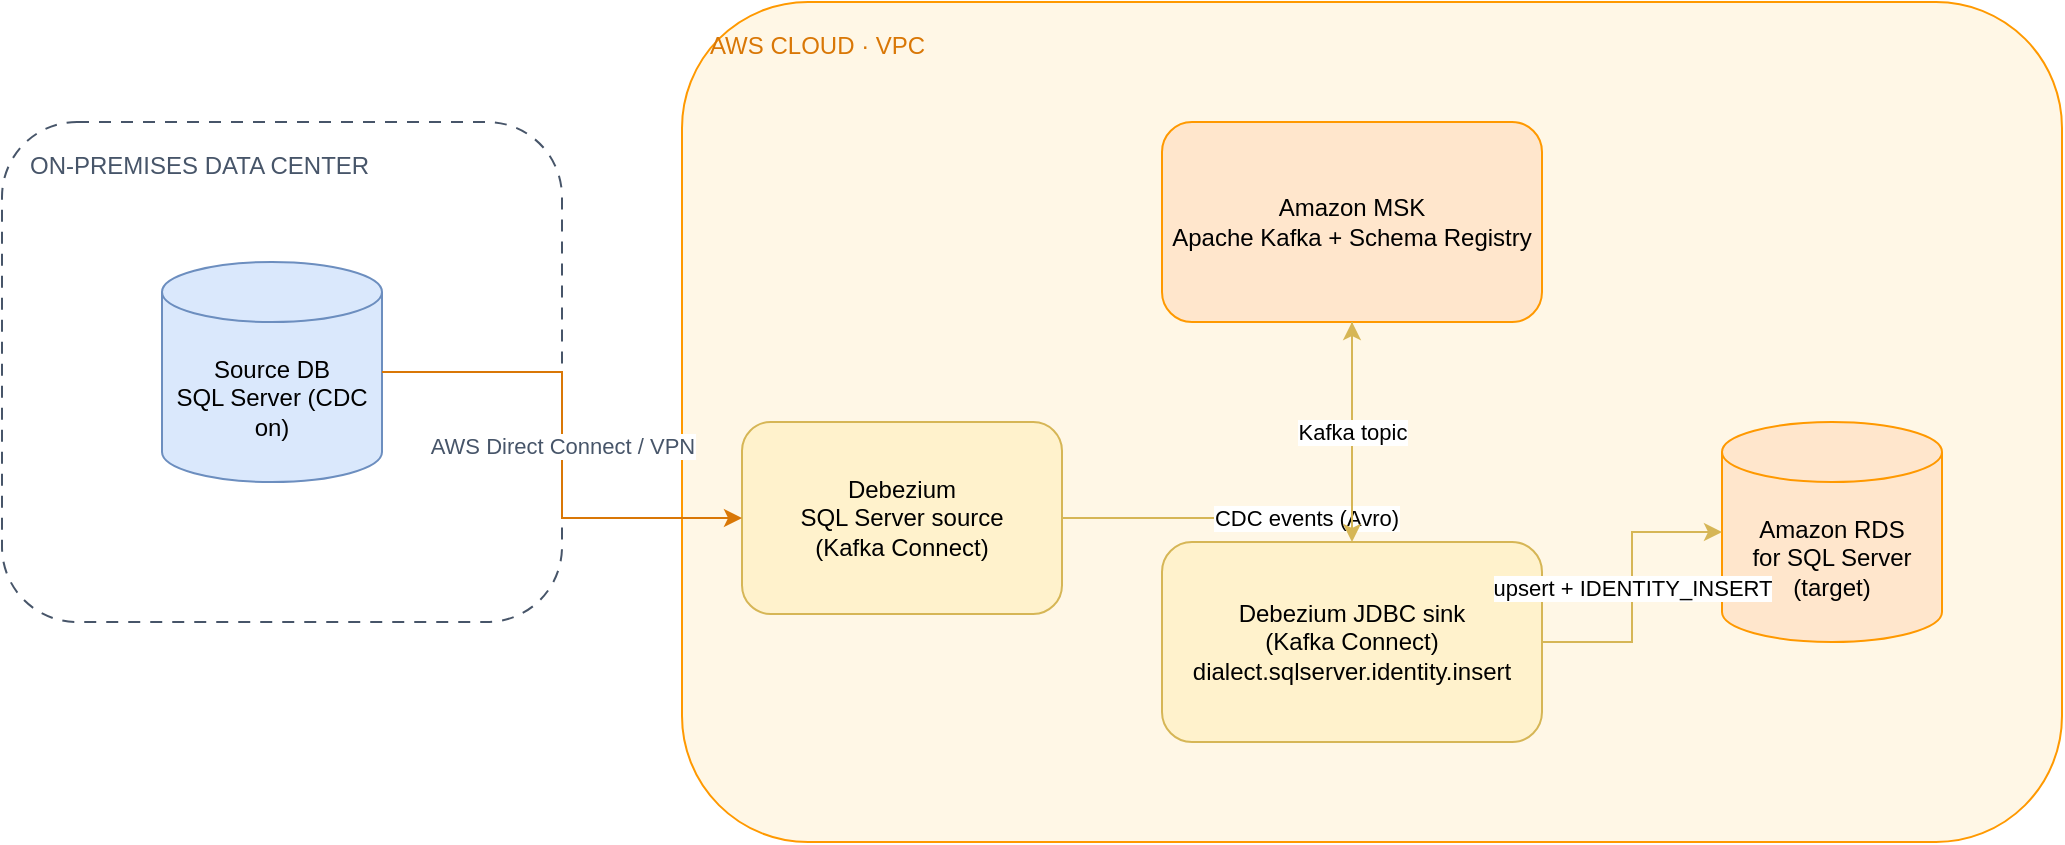
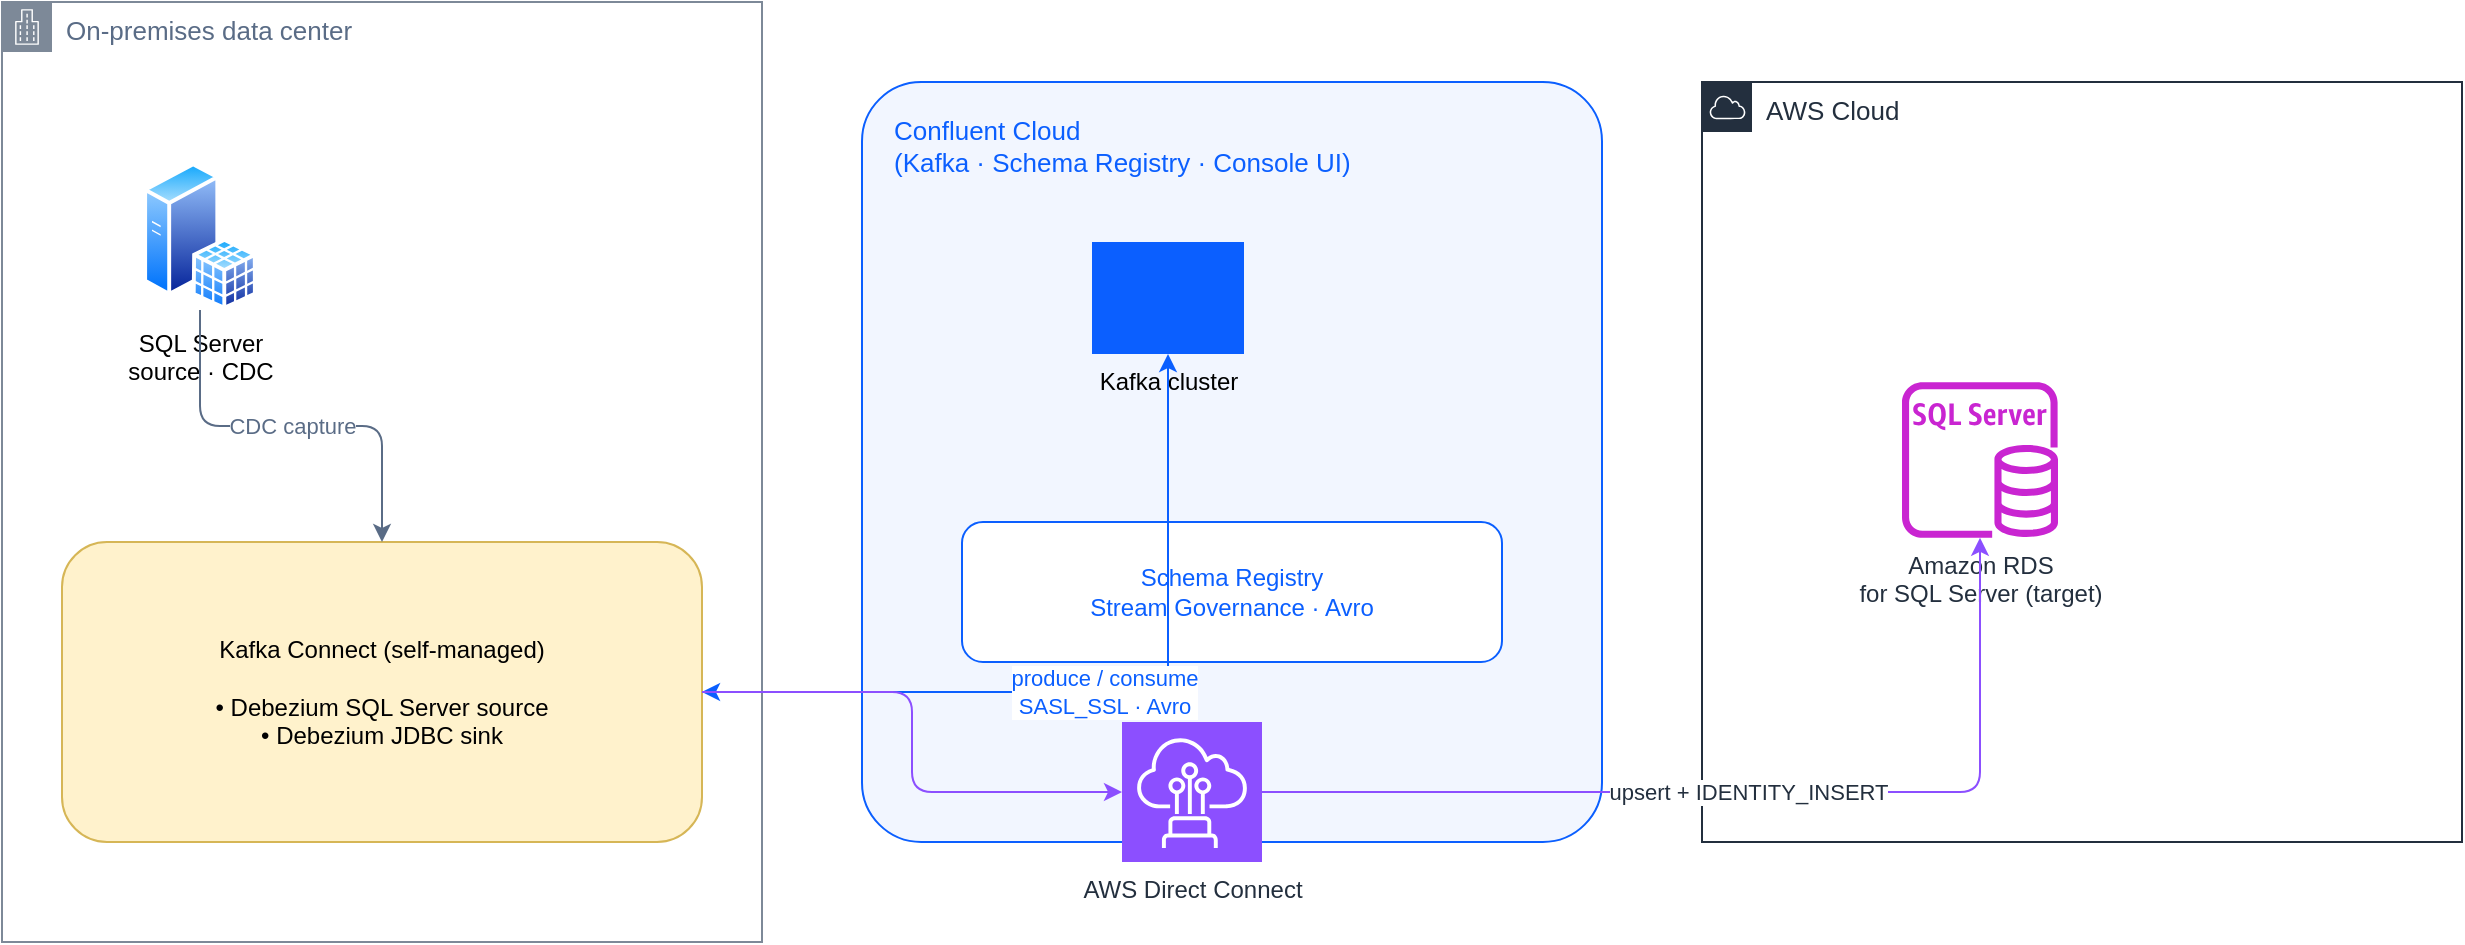
<mxfile host="app.diagrams.net" type="device">
-   <diagram name="onprem-to-rds" id="onprem-to-rds">
-     <mxGraphModel dx="1100" dy="600" grid="1" gridSize="10" guides="1" connect="1" arrows="1" page="1" pageWidth="1100" pageHeight="560" math="0" shadow="0">
+   <diagram name="onprem-cc-rds" id="onprem-cc-rds">
+     <mxGraphModel dx="1300" dy="700" grid="1" gridSize="10" guides="1" connect="1" arrows="1" page="1" pageWidth="1320" pageHeight="640" math="0" shadow="0">
      <root>
        <mxCell id="0"/>
        <mxCell id="1" parent="0"/>

        <!-- Editable source for /diagrams/debezium-onprem-to-rds.svg.
-              Boxes are labeled; to swap in official vendor icons, use the draw.io
-              MCP `search_shapes` (e.g. "RDS SQL Server", "Amazon MSK",
-              "Direct Connect") and paste the returned style onto each node. -->
+              Icons use official draw.io stencils. Confluent has no built-in
+              stencil, so Confluent Cloud is a labeled zone; drop in the Confluent
+              logo as an image shape if desired. -->

-         <mxCell id="onprem" value="ON-PREMISES DATA CENTER" style="rounded=1;dashed=1;dashPattern=6 5;strokeColor=#475569;fillColor=none;verticalAlign=top;fontColor=#475569;fontSize=12;align=left;spacingLeft=12;spacingTop=8;" vertex="1" parent="1">
-           <mxGeometry x="40" y="150" width="280" height="250" as="geometry"/>
+         <!-- ZONES -->
+         <mxCell id="zOnprem" value="On-premises data center" style="sketch=0;outlineConnect=0;gradientColor=none;html=1;whiteSpace=wrap;fontSize=13;fontStyle=0;container=0;pointerEvents=0;shape=mxgraph.aws4.group;grIcon=mxgraph.aws4.group_corporate_data_center;strokeColor=#7D8998;fillColor=none;verticalAlign=top;align=left;spacingLeft=30;fontColor=#5A6C86;dashed=0;" vertex="1" parent="1">
+           <mxGeometry x="40" y="110" width="380" height="470" as="geometry"/>
        </mxCell>
-         <mxCell id="src" value="Source DB&#10;SQL Server (CDC on)" style="shape=cylinder3;whiteSpace=wrap;html=1;boundedLbl=1;backgroundOutline=1;size=15;fillColor=#dae8fc;strokeColor=#6c8ebf;" vertex="1" parent="1">
-           <mxGeometry x="120" y="220" width="110" height="110" as="geometry"/>
+         <mxCell id="zCC" value="Confluent Cloud&#10;(Kafka · Schema Registry · Console UI)" style="rounded=1;arcSize=8;html=1;whiteSpace=wrap;strokeColor=#0B5FFF;fillColor=#F2F6FF;verticalAlign=top;align=left;spacingLeft=14;spacingTop=10;fontColor=#0B5FFF;fontSize=13;dashed=0;" vertex="1" parent="1">
+           <mxGeometry x="470" y="150" width="370" height="380" as="geometry"/>
+         </mxCell>
+         <mxCell id="zAWS" value="AWS Cloud" style="sketch=0;outlineConnect=0;gradientColor=none;html=1;whiteSpace=wrap;fontSize=13;fontStyle=0;container=0;pointerEvents=0;shape=mxgraph.aws4.group;grIcon=mxgraph.aws4.group_aws_cloud;strokeColor=#232F3E;fillColor=none;verticalAlign=top;align=left;spacingLeft=30;fontColor=#232F3E;dashed=0;" vertex="1" parent="1">
+           <mxGeometry x="890" y="150" width="380" height="380" as="geometry"/>
        </mxCell>

-         <mxCell id="aws" value="AWS CLOUD · VPC" style="rounded=1;strokeColor=#FF9900;fillColor=#FFF7E6;verticalAlign=top;fontColor=#D97706;fontSize=12;align=left;spacingLeft=12;spacingTop=8;" vertex="1" parent="1">
-           <mxGeometry x="380" y="90" width="690" height="420" as="geometry"/>
+         <!-- ON-PREM nodes -->
+         <mxCell id="src" value="SQL Server&#10;source · CDC" style="image;aspect=fixed;perimeter=ellipsePerimeter;html=1;align=center;verticalLabelPosition=bottom;verticalAlign=top;shadow=0;dashed=0;spacingTop=3;image=img/lib/active_directory/sql_server.svg;" vertex="1" parent="1">
+           <mxGeometry x="110" y="190" width="58" height="74" as="geometry"/>
        </mxCell>
-         <mxCell id="dbzsrc" value="Debezium&#10;SQL Server source&#10;(Kafka Connect)" style="rounded=1;whiteSpace=wrap;html=1;fillColor=#FFF2CC;strokeColor=#D6B656;" vertex="1" parent="1">
-           <mxGeometry x="410" y="300" width="160" height="96" as="geometry"/>
-         </mxCell>
-         <mxCell id="msk" value="Amazon MSK&#10;Apache Kafka + Schema Registry" style="rounded=1;whiteSpace=wrap;html=1;fillColor=#FFE6CC;strokeColor=#FF9900;" vertex="1" parent="1">
-           <mxGeometry x="620" y="150" width="190" height="100" as="geometry"/>
-         </mxCell>
-         <mxCell id="sink" value="Debezium JDBC sink&#10;(Kafka Connect)&#10;dialect.sqlserver.identity.insert" style="rounded=1;whiteSpace=wrap;html=1;fillColor=#FFF2CC;strokeColor=#D6B656;" vertex="1" parent="1">
-           <mxGeometry x="620" y="360" width="190" height="100" as="geometry"/>
-         </mxCell>
-         <mxCell id="rds" value="Amazon RDS&#10;for SQL Server (target)" style="shape=cylinder3;whiteSpace=wrap;html=1;boundedLbl=1;backgroundOutline=1;size=15;fillColor=#FFE6CC;strokeColor=#FF9900;" vertex="1" parent="1">
-           <mxGeometry x="900" y="300" width="110" height="110" as="geometry"/>
+         <mxCell id="connect" value="Kafka Connect (self-managed)&#10;&#10;• Debezium SQL Server source&#10;• Debezium JDBC sink" style="rounded=1;whiteSpace=wrap;html=1;fillColor=#FFF2CC;strokeColor=#D6B656;align=center;verticalAlign=middle;fontSize=12;" vertex="1" parent="1">
+           <mxGeometry x="70" y="380" width="320" height="150" as="geometry"/>
        </mxCell>

-         <mxCell id="e1" value="AWS Direct Connect / VPN" style="edgeStyle=orthogonalEdgeStyle;rounded=0;html=1;strokeColor=#D97706;fontColor=#475569;" edge="1" parent="1" source="src" target="dbzsrc">
+         <!-- CONFLUENT CLOUD nodes -->
+         <mxCell id="kafka" value="Kafka cluster" style="points=[];aspect=fixed;html=1;align=center;verticalLabelPosition=bottom;verticalAlign=top;shadow=0;dashed=0;fillColor=#0B5FFF;strokeColor=none;shape=mxgraph.alibaba_cloud.kafka;" vertex="1" parent="1">
+           <mxGeometry x="585" y="230" width="76" height="56" as="geometry"/>
+         </mxCell>
+         <mxCell id="sr" value="Schema Registry&#10;Stream Governance · Avro" style="rounded=1;whiteSpace=wrap;html=1;fillColor=#FFFFFF;strokeColor=#0B5FFF;fontColor=#0B5FFF;fontSize=12;" vertex="1" parent="1">
+           <mxGeometry x="520" y="370" width="270" height="70" as="geometry"/>
+         </mxCell>
+ 
+         <!-- AWS nodes -->
+         <mxCell id="rds" value="Amazon RDS&#10;for SQL Server (target)" style="sketch=0;outlineConnect=0;fontColor=#232F3E;gradientColor=none;fillColor=#C925D1;strokeColor=none;dashed=0;verticalLabelPosition=bottom;verticalAlign=top;align=center;html=1;fontSize=12;fontStyle=0;aspect=fixed;pointerEvents=1;shape=mxgraph.aws4.rds_sql_server_instance;" vertex="1" parent="1">
+           <mxGeometry x="990" y="300" width="78" height="78" as="geometry"/>
+         </mxCell>
+         <mxCell id="dx" value="AWS Direct Connect" style="sketch=0;outlineConnect=0;fontColor=#232F3E;fillColor=#8C4FFF;strokeColor=#ffffff;dashed=0;verticalLabelPosition=bottom;verticalAlign=top;align=center;html=1;fontSize=12;aspect=fixed;shape=mxgraph.aws4.resourceIcon;resIcon=mxgraph.aws4.direct_connect;" vertex="1" parent="1">
+           <mxGeometry x="600" y="470" width="70" height="70" as="geometry"/>
+         </mxCell>
+ 
+         <!-- EDGES -->
+         <mxCell id="e1" value="CDC capture" style="edgeStyle=orthogonalEdgeStyle;rounded=1;html=1;strokeColor=#5A6C86;fontColor=#5A6C86;" edge="1" parent="1" source="src" target="connect">
          <mxGeometry relative="1" as="geometry"/>
        </mxCell>
-         <mxCell id="e2" value="CDC events (Avro)" style="edgeStyle=orthogonalEdgeStyle;rounded=0;html=1;strokeColor=#D6B656;" edge="1" parent="1" source="dbzsrc" target="msk">
+         <mxCell id="e2" value="produce / consume&#10;SASL_SSL · Avro" style="edgeStyle=orthogonalEdgeStyle;rounded=1;html=1;startArrow=classic;endArrow=classic;strokeColor=#0B5FFF;fontColor=#0B5FFF;" edge="1" parent="1" source="connect" target="kafka">
          <mxGeometry relative="1" as="geometry"/>
        </mxCell>
-         <mxCell id="e3" value="Kafka topic" style="edgeStyle=orthogonalEdgeStyle;rounded=0;html=1;strokeColor=#D6B656;" edge="1" parent="1" source="msk" target="sink">
+         <mxCell id="e3" value="" style="edgeStyle=orthogonalEdgeStyle;rounded=1;html=1;strokeColor=#8C4FFF;" edge="1" parent="1" source="connect" target="dx">
          <mxGeometry relative="1" as="geometry"/>
        </mxCell>
-         <mxCell id="e4" value="upsert + IDENTITY_INSERT" style="edgeStyle=orthogonalEdgeStyle;rounded=0;html=1;strokeColor=#D6B656;" edge="1" parent="1" source="sink" target="rds">
+         <mxCell id="e4" value="upsert + IDENTITY_INSERT" style="edgeStyle=orthogonalEdgeStyle;rounded=1;html=1;strokeColor=#8C4FFF;fontColor=#232F3E;" edge="1" parent="1" source="dx" target="rds">
          <mxGeometry relative="1" as="geometry"/>
        </mxCell>
      </root>
    </mxGraphModel>
  </diagram>
</mxfile>
